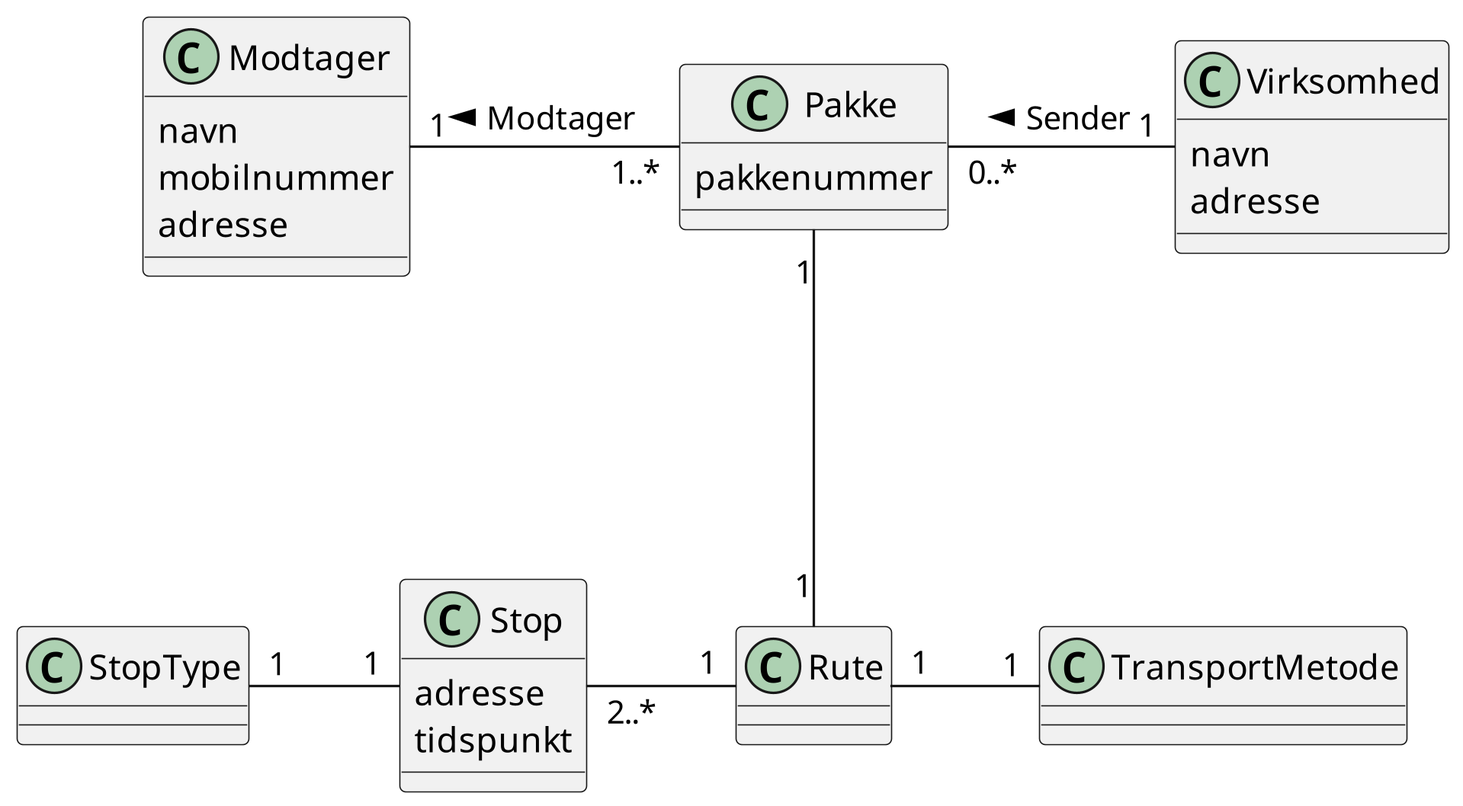
The PlantUML diagram diagram/domain-model.png in sofush/trace, before a commit.
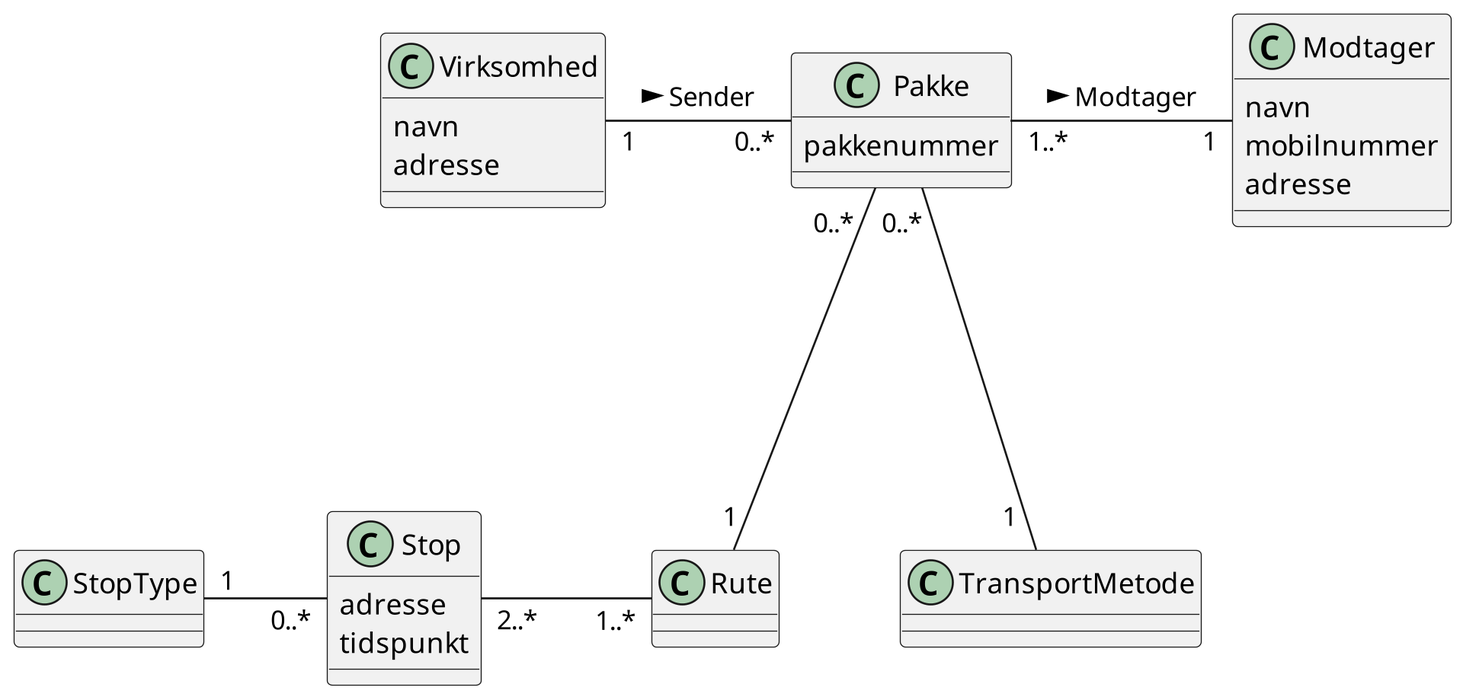
After the commit.

Commit message:
fix: fiks multiplicitet i domæne modellen

Change to the diagram source:
```diff
@@ -16,10 +16,11 @@
 class Pakke {
 	pakkenummer
 }
-Rute "1" -left- "2..*" Stop : \t
-TransportMetode "1" -left- "1" Rute : \t
-StopType "1" -right- "1" Stop : \t
-Pakke "1" --- "1" Rute
-Modtager "1" -right- "1..*" Pakke : < Modtager
-Virksomhed "1" -left- "0..*" Pakke : > Sender
+Rute "1..*" -left- "2..*" Stop : \t\t
+TransportMetode "1  " --- "0..*" Pakke : \t
+StopType "1" -r- "0..*" Stop : \t
+Pakke "0..*  " --- "1" Rute
+Modtager "\t1" -l- "1..*" Pakke : < Modtager
+Virksomhed "1\t" -r- "0..*" Pakke : > Sender
+Rute ----[hidden]r---- TransportMetode : \t
 @enduml
```
